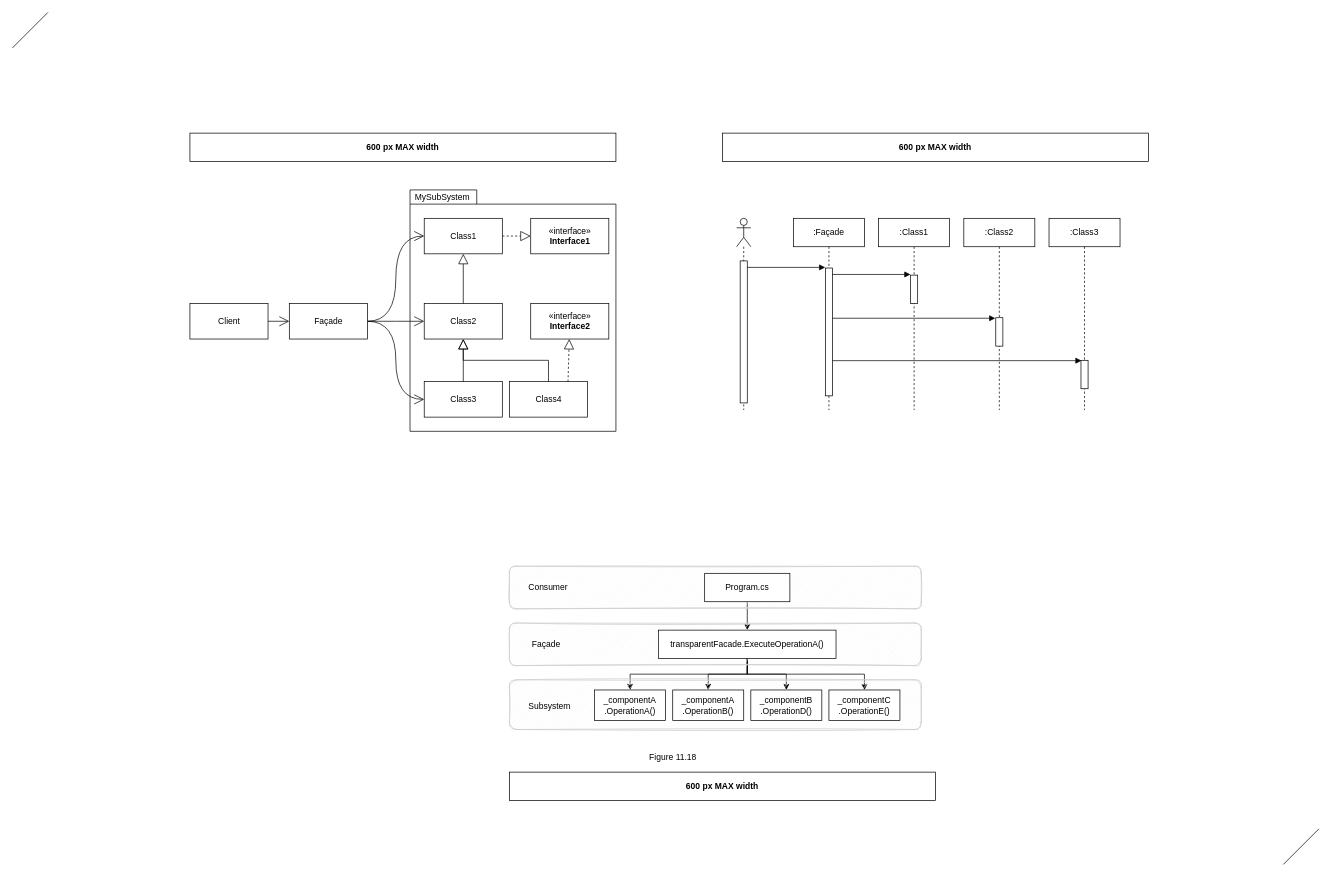
Above: page "Façade" (4 of 4) of Diagrams/Decorator, Composite, Adapter, Facade.drawio in PacktPublishing/Architecting-ASP.NET-Core-Applications-3E (draw.io), before the change. Source tidied: cells renumbered, new cells numbered last; positions are measured from the earlier drawing's top-left corner, leaving out a move shared by most shapes. Both pictures are drawn from the tidied source at 71%, with x=0, y=0 at pixel (12, 12).
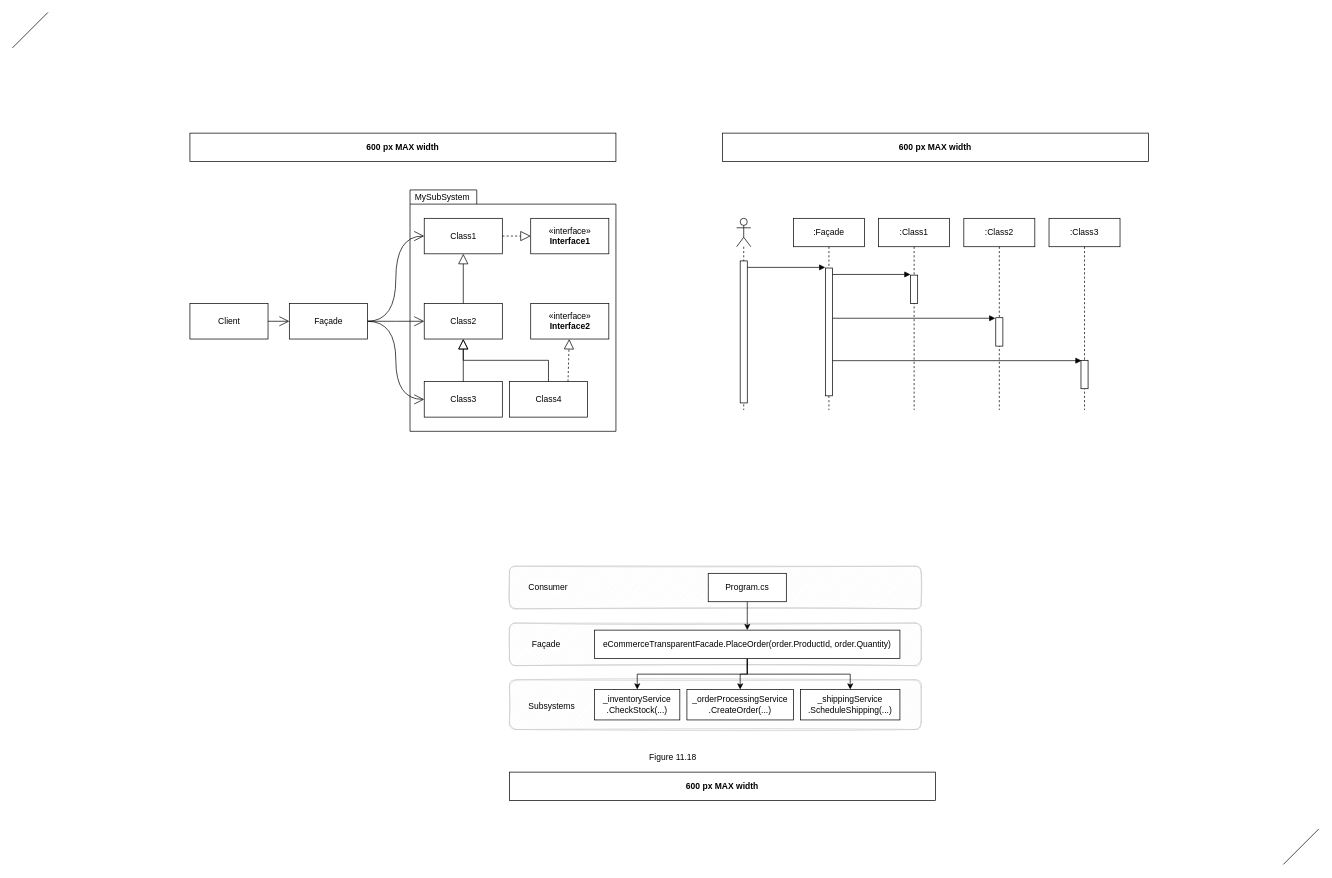
After the change.

Change to the diagram source:
```diff
@@
+    <mxCell id="28" style="rounded=1;whiteSpace=wrap;html=1;sketch=1;fontSize=12;align=center;strokeColor=#CCCCCC;fillColor=#F5F5F5;fillStyle=hachure;" parent="1" vertex="1">
+      <mxGeometry x="700" y="780" width="580" height="60" as="geometry" />
+    </mxCell>
+    <mxCell id="31" style="rounded=1;whiteSpace=wrap;html=1;sketch=1;fontSize=12;align=center;strokeColor=#CCCCCC;fillColor=#F5F5F5;fillStyle=hachure;" parent="1" vertex="1">
+      <mxGeometry x="700" y="860" width="580" height="60" as="geometry" />
+    </mxCell>
+    <mxCell id="34" style="rounded=1;whiteSpace=wrap;html=1;sketch=1;fontSize=12;align=center;strokeColor=#CCCCCC;fillStyle=hachure;fillColor=#F5F5F5;" parent="1" vertex="1">
+      <mxGeometry x="700" y="940" width="580" height="70" as="geometry" />
+    </mxCell>
@@
-    <mxCell id="27" style="edgeStyle=elbowEdgeStyle;rounded=0;jettySize=auto;elbow=vertical;html=1;fontSize=12;" parent="1" edge="1" source="32" target="38">
-      <mxGeometry relative="1" as="geometry" />
-    </mxCell>
-    <mxCell id="28" style="rounded=1;whiteSpace=wrap;html=1;sketch=1;fontSize=12;align=center;strokeColor=#CCCCCC;fillColor=#F5F5F5;fillStyle=hachure;" parent="1" vertex="1">
-      <mxGeometry x="700" y="780" width="580" height="60" as="geometry" />
-    </mxCell>
     <mxCell id="29" value="Program.cs" style="whiteSpace=wrap;html=1;sketch=0;fillColor=default;fontSize=12;align=center;" parent="1" vertex="1">
-      <mxGeometry x="975" y="790" width="120" height="40" as="geometry" />
+      <mxGeometry x="980" y="790" width="110" height="40" as="geometry" />
     </mxCell>
@@
-    <mxCell id="31" style="rounded=1;whiteSpace=wrap;html=1;sketch=1;fontSize=12;align=center;strokeColor=#CCCCCC;fillColor=#F5F5F5;fillStyle=hachure;" parent="1" vertex="1">
-      <mxGeometry x="700" y="860" width="580" height="60" as="geometry" />
-    </mxCell>
-    <mxCell id="32" value="transparentFacade.ExecuteOperationA()" style="whiteSpace=wrap;html=1;sketch=0;fillColor=default;fontSize=12;align=center;" parent="1" vertex="1">
-      <mxGeometry x="910" y="870" width="250" height="40" as="geometry" />
+    <mxCell id="32" value="eCommerceTransparentFacade.PlaceOrder(order.ProductId, order.Quantity)" style="whiteSpace=wrap;html=1;sketch=0;fillColor=default;fontSize=12;align=center;" parent="1" vertex="1">
+      <mxGeometry x="820" y="870" width="430" height="40" as="geometry" />
     </mxCell>
@@
-    <mxCell id="34" style="rounded=1;whiteSpace=wrap;html=1;sketch=1;fontSize=12;align=center;strokeColor=#CCCCCC;fillStyle=hachure;fillColor=#F5F5F5;" parent="1" vertex="1">
-      <mxGeometry x="700" y="940" width="580" height="70" as="geometry" />
-    </mxCell>
-    <mxCell id="35" value="&lt;div&gt;_componentA&lt;/div&gt;&lt;div&gt;&lt;span&gt;&#9;&#9;&lt;/span&gt;.OperationA()&lt;/div&gt;" style="rounded=0;whiteSpace=wrap;html=1;sketch=0;fillColor=default;fontSize=12;align=center;" parent="1" vertex="1">
-      <mxGeometry x="820" y="954.3" width="100" height="42.9" as="geometry" />
+    <mxCell id="35" value="_inventoryService&lt;br&gt;.CheckStock(...)" style="rounded=0;whiteSpace=wrap;html=1;sketch=0;fillColor=default;fontSize=12;align=center;" parent="1" vertex="1">
+      <mxGeometry x="820" y="953.6" width="120" height="42.9" as="geometry" />
     </mxCell>
-    <mxCell id="36" value="&lt;div&gt;_componentA&lt;/div&gt;&lt;div&gt;&lt;span&gt;&#9;&#9;&lt;/span&gt;.OperationB()&lt;/div&gt;" style="rounded=0;whiteSpace=wrap;html=1;sketch=0;fillColor=default;fontSize=12;align=center;" parent="1" vertex="1">
-      <mxGeometry x="930" y="954.3" width="100" height="42.9" as="geometry" />
+    <mxCell id="36" value="_orderProcessingService&lt;br&gt;.CreateOrder(...)" style="rounded=0;whiteSpace=wrap;html=1;sketch=0;fillColor=default;fontSize=12;align=center;" parent="1" vertex="1">
+      <mxGeometry x="950" y="953.6" width="150" height="42.9" as="geometry" />
     </mxCell>
-    <mxCell id="37" value="&lt;div&gt;_componentB&lt;/div&gt;&lt;div&gt;&lt;span&gt;&#9;&#9;&lt;/span&gt;.OperationD()&lt;/div&gt;" style="rounded=0;whiteSpace=wrap;html=1;sketch=0;fillColor=default;fontSize=12;align=center;" parent="1" vertex="1">
-      <mxGeometry x="1040" y="954.3" width="100" height="42.9" as="geometry" />
+    <mxCell id="37" value="_shippingService&lt;br&gt;.ScheduleShipping(...)" style="rounded=0;whiteSpace=wrap;html=1;sketch=0;fillColor=default;fontSize=12;align=center;" parent="1" vertex="1">
+      <mxGeometry x="1110" y="953.6" width="140" height="42.9" as="geometry" />
     </mxCell>
-    <mxCell id="38" value="&lt;div&gt;_componentC&lt;/div&gt;&lt;div&gt;&lt;span&gt;&#9;&#9;&lt;/span&gt;.OperationE()&lt;/div&gt;" style="rounded=0;whiteSpace=wrap;html=1;sketch=0;fillColor=default;fontSize=12;align=center;" parent="1" vertex="1">
-      <mxGeometry x="1150" y="954.3" width="100" height="42.9" as="geometry" />
-    </mxCell>
-    <mxCell id="39" value="Subsystem" style="text;html=1;align=left;verticalAlign=middle;fontSize=12;fontColor=default;labelBackgroundColor=default;" parent="1" vertex="1">
-      <mxGeometry x="725" y="967.1" width="70" height="20" as="geometry" />
+    <mxCell id="39" value="Subsystems" style="text;html=1;align=left;verticalAlign=middle;fontSize=12;fontColor=default;labelBackgroundColor=default;" parent="1" vertex="1">
+      <mxGeometry x="725" y="962.1" width="90" height="30" as="geometry" />
     </mxCell>
```
